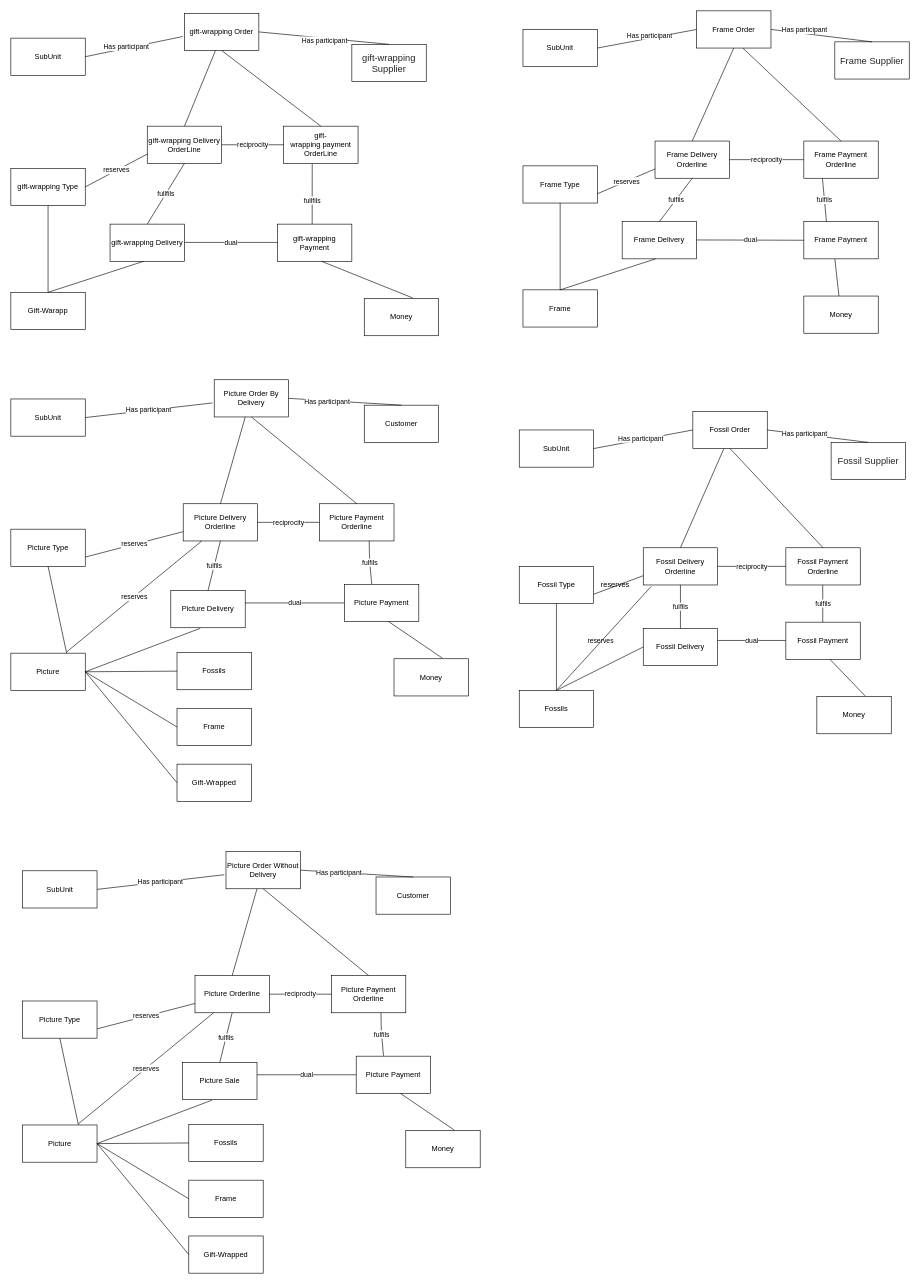
This is Assignment-BusinessModel.drawio from fatemilg/ERP, a draw.io file, before an edit. Source tidied: cells renumbered, new cells numbered last; positions are measured from the earlier drawing's top-left corner, leaving out a move shared by most shapes. Both pictures are drawn from the tidied source at 62%, with x=0, y=0 at pixel (11, 11).
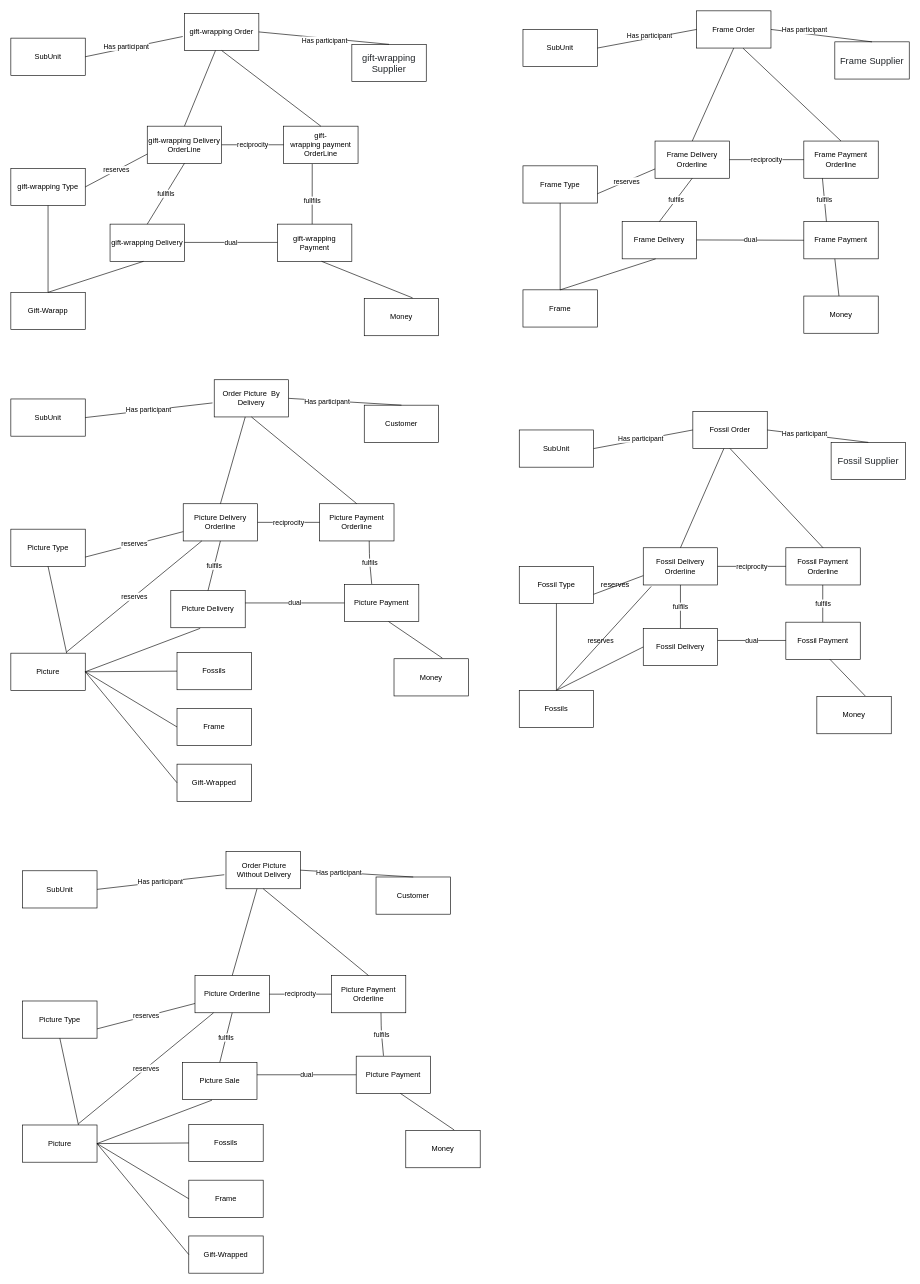
After the change.

The edit, as a diff of the source:
```diff
@@
-    <mxCell id="79" value="Picture Order By Delivery" style="rounded=0;whiteSpace=wrap;html=1;" parent="1" vertex="1">
+    <mxCell id="79" value="Order Picture&amp;nbsp; By Delivery" style="rounded=0;whiteSpace=wrap;html=1;" parent="1" vertex="1">
       <mxGeometry x="328" y="595" width="120" height="60" as="geometry" />
     </mxCell>
@@
-    <mxCell id="109" value="Picture Order Without Delivery" style="rounded=0;whiteSpace=wrap;html=1;" parent="1" vertex="1">
+    <mxCell id="109" value="&amp;nbsp;Order Picture&lt;br&gt;&amp;nbsp;Without Delivery" style="rounded=0;whiteSpace=wrap;html=1;" parent="1" vertex="1">
       <mxGeometry x="347" y="1356" width="120" height="60" as="geometry" />
     </mxCell>
```
